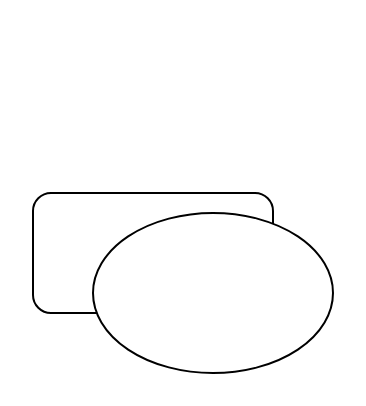
Earlier version of the draw.io diagram 未命名绘图.drawio (Misseva1988/LL). Source tidied: cells renumbered, new cells numbered last; positions are measured from the earlier drawing's top-left corner, leaving out a move shared by most shapes. Both pictures are drawn from the tidied source at 200%, with x=0, y=0 at pixel (32, 192).
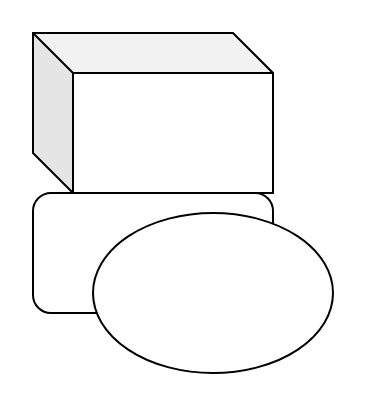
After the change.

Commit message (it also covers changes not shown here):
更新未命名绘图.drawio

The edit, as a diff of the source:
```diff
@@
 <mxGraphModel>
   <root>
     <mxCell id="0" />
     <mxCell id="1" parent="0" />
     <mxCell id="2" style="rounded=1;whiteSpace=wrap;html=1;" parent="1" vertex="1">
       <mxGeometry width="120" height="60" as="geometry" />
     </mxCell>
     <mxCell id="3" style="ellipse;whiteSpace=wrap;html=1;" parent="1" vertex="1">
       <mxGeometry x="30" y="10" width="120" height="80" as="geometry" />
     </mxCell>
+    <mxCell id="4" style="shape=cube;whiteSpace=wrap;html=1;boundedLbl=1;backgroundOutline=1;darkOpacity=0.05;darkOpacity2=0.1;" parent="1" vertex="1">
+      <mxGeometry y="-80" width="120" height="80" as="geometry" />
+    </mxCell>
   </root>
 </mxGraphModel>
```
